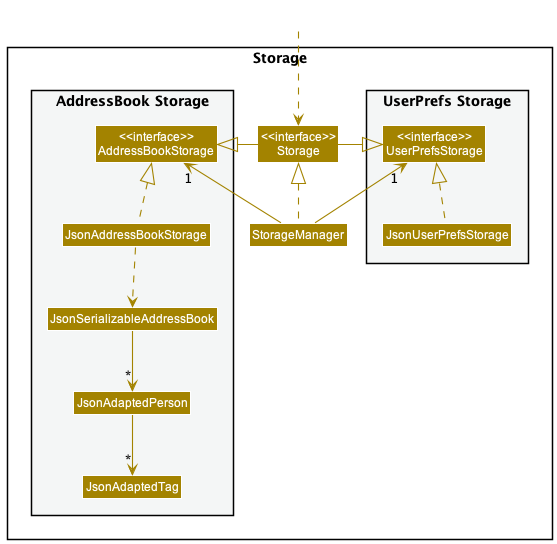
Above: docs/images/StorageClassDiagram.png in nus-cs2103-AY2223S1/tp (PlantUML), before the change.
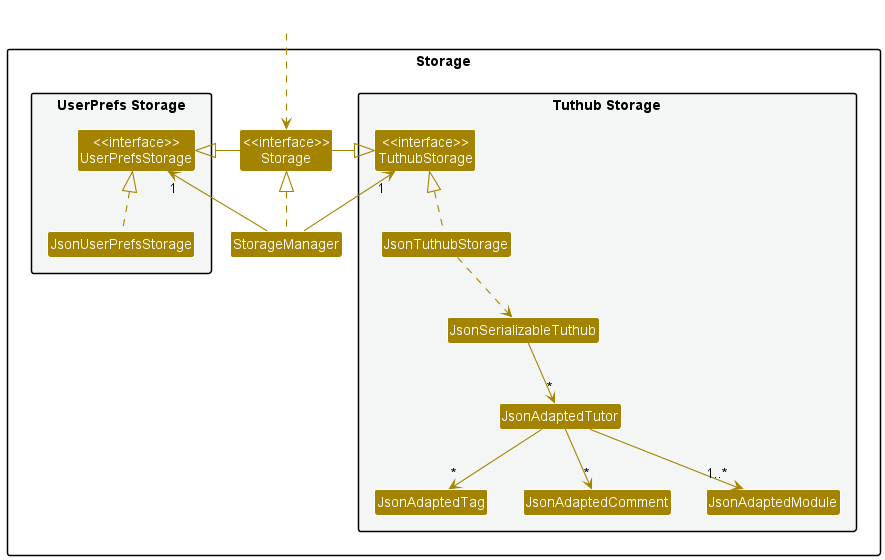
After the change.

Commit message:
Refactor `StorageClassDiagram` to remove traces of AddressBook and update `JsonAdaptedTutor` to include new fields

Change to the diagram source:
```diff
@@ -14,12 +14,14 @@
 Class "<<interface>>\nStorage" as Storage
 Class StorageManager
 
-package "AddressBook Storage" #F4F6F6{
-Class "<<interface>>\nAddressBookStorage" as AddressBookStorage
-Class JsonAddressBookStorage
-Class JsonSerializableAddressBook
-Class JsonAdaptedPerson
+package "Tuthub Storage" #F4F6F6{
+Class "<<interface>>\nTuthubStorage" as TuthubStorage
+Class JsonTuthubStorage
+Class JsonSerializableTuthub
+Class JsonAdaptedTutor
 Class JsonAdaptedTag
+Class JsonAdaptedComment
+Class JsonAdaptedModule
 }
 
 }
@@ -29,15 +31,17 @@
 
 StorageManager .up.|> Storage
 StorageManager -up-> "1" UserPrefsStorage
-StorageManager -up-> "1" AddressBookStorage
+StorageManager -up-> "1" TuthubStorage
 
 Storage -left-|> UserPrefsStorage
-Storage -right-|> AddressBookStorage
+Storage -right-|> TuthubStorage
 
 JsonUserPrefsStorage .up.|> UserPrefsStorage
-JsonAddressBookStorage .up.|> AddressBookStorage
-JsonAddressBookStorage ..> JsonSerializableAddressBook
-JsonSerializableAddressBook --> "*" JsonAdaptedPerson
-JsonAdaptedPerson --> "*" JsonAdaptedTag
+JsonTuthubStorage .up.|> TuthubStorage
+JsonTuthubStorage ..> JsonSerializableTuthub
+JsonSerializableTuthub --> "*" JsonAdaptedTutor
+JsonAdaptedTutor --> "*" JsonAdaptedTag
+JsonAdaptedTutor --> "*" JsonAdaptedComment
+JsonAdaptedTutor --> "1..*" JsonAdaptedModule
 
 @enduml
```
